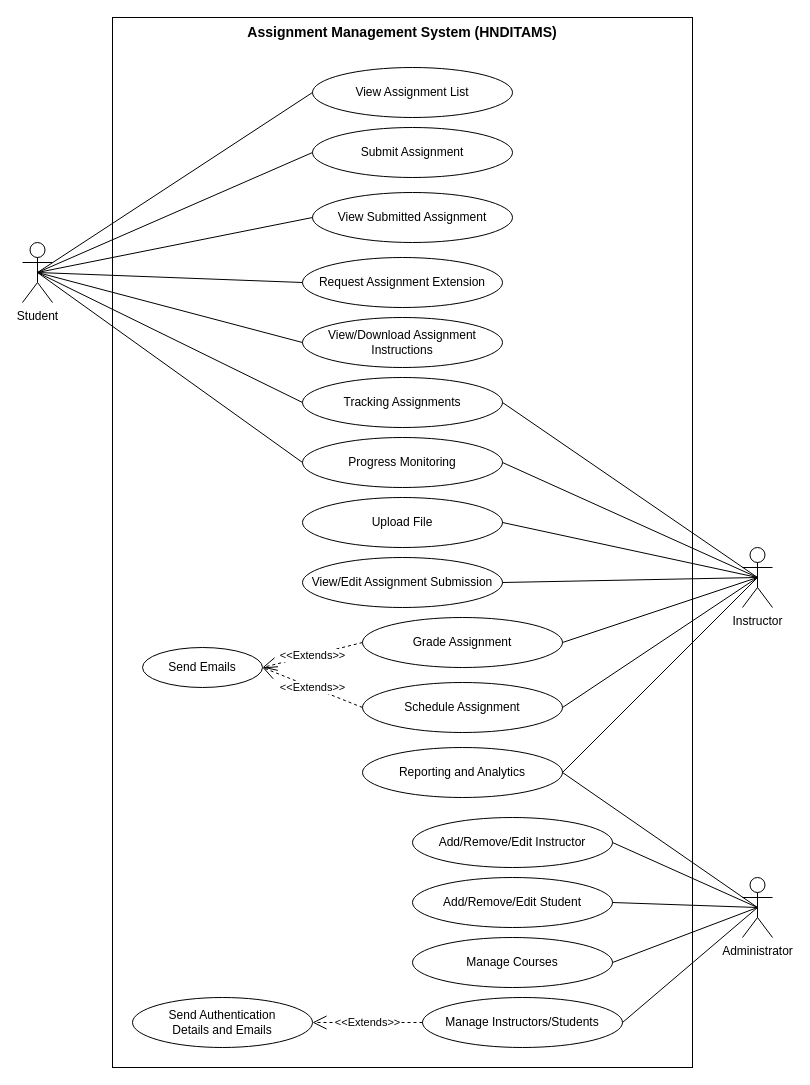
The draw.io diagram docs/use-case.drawio in pasindu-dil/hndit-ams, before the edit. Source tidied: cells renumbered, new cells numbered last; positions are measured from the earlier drawing's top-left corner, leaving out a move shared by most shapes. Both pictures are drawn from the tidied source at 100%, with x=0, y=0 at pixel (22, 17).
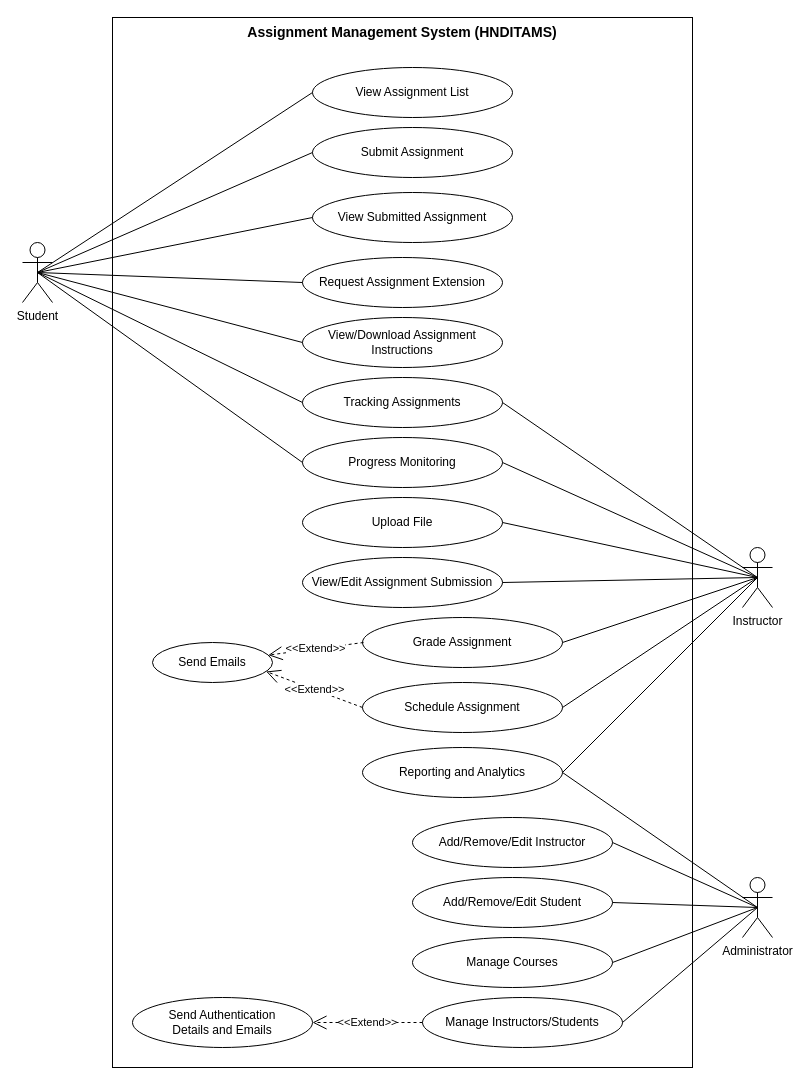
After the change.

Commit message:
Modify use case.

The change refers to these unchanged cells:
```xml
<mxCell id="14" value="Grade Assignment" style="ellipse;whiteSpace=wrap;html=1;" parent="1" vertex="1">
  <mxGeometry x="340" y="600" width="200" height="50" as="geometry" />
</mxCell>
<mxCell id="27" value="Schedule Assignment" style="ellipse;whiteSpace=wrap;html=1;" parent="1" vertex="1">
  <mxGeometry x="340" y="665" width="200" height="50" as="geometry" />
</mxCell>
<mxCell id="38" value="Send Authentication&lt;br&gt;Details and Emails" style="ellipse;whiteSpace=wrap;html=1;" parent="1" vertex="1">
  <mxGeometry x="110" y="980" width="180" height="50" as="geometry" />
</mxCell>
<mxCell id="39" value="Manage Instructors/Students" style="ellipse;whiteSpace=wrap;html=1;" parent="1" vertex="1">
  <mxGeometry x="400" y="980" width="200" height="50" as="geometry" />
</mxCell>
```

Diff of the diagram source:
```diff
@@
-    <mxCell id="41" value="&amp;lt;&amp;lt;Extends&amp;gt;&amp;gt;" style="endArrow=open;endSize=12;dashed=1;html=1;rounded=0;entryX=1;entryY=0.5;entryDx=0;entryDy=0;exitX=0;exitY=0.5;exitDx=0;exitDy=0;" parent="1" edge="1" source="39" target="38">
+    <mxCell id="41" value="&amp;lt;&amp;lt;Extend&amp;gt;&amp;gt;" style="endArrow=open;endSize=12;dashed=1;html=1;rounded=0;entryX=1;entryY=0.5;entryDx=0;entryDy=0;exitX=0;exitY=0.5;exitDx=0;exitDy=0;" parent="1" edge="1" source="39" target="38">
       <mxGeometry relative="1" as="geometry" />
     </mxCell>
     <mxCell id="42" value="Send Emails" style="ellipse;whiteSpace=wrap;html=1;" parent="1" vertex="1">
-      <mxGeometry x="120" y="630" width="120" height="40" as="geometry" />
+      <mxGeometry x="130" y="625" width="120" height="40" as="geometry" />
     </mxCell>
-    <mxCell id="43" value="&amp;lt;&amp;lt;Extends&amp;gt;&amp;gt;" style="endArrow=open;endSize=12;dashed=1;html=1;rounded=0;exitX=0;exitY=0.5;exitDx=0;exitDy=0;entryX=1;entryY=0.5;entryDx=0;entryDy=0;" parent="1" edge="1" source="27" target="42">
+    <mxCell id="43" value="&amp;lt;&amp;lt;Extend&amp;gt;&amp;gt;" style="endArrow=open;endSize=12;dashed=1;html=1;rounded=0;exitX=0;exitY=0.5;exitDx=0;exitDy=0;entryX=0.947;entryY=0.725;entryDx=0;entryDy=0;entryPerimeter=0;" parent="1" edge="1" source="27" target="42">
       <mxGeometry relative="1" as="geometry" />
     </mxCell>
-    <mxCell id="44" value="&amp;lt;&amp;lt;Extends&amp;gt;&amp;gt;" style="endArrow=open;endSize=12;dashed=1;html=1;rounded=0;exitX=0;exitY=0.5;exitDx=0;exitDy=0;entryX=1;entryY=0.5;entryDx=0;entryDy=0;" parent="1" edge="1" source="14" target="42">
-      <mxGeometry relative="1" as="geometry" />
+    <mxCell id="44" value="&amp;lt;&amp;lt;Extend&amp;gt;&amp;gt;" style="endArrow=open;endSize=12;dashed=1;html=1;rounded=0;exitX=0;exitY=0.5;exitDx=0;exitDy=0;" parent="1" edge="1" target="42">
+      <mxGeometry relative="1" as="geometry">
+        <mxPoint x="341" y="625" as="sourcePoint" />
+      </mxGeometry>
     </mxCell>
```
